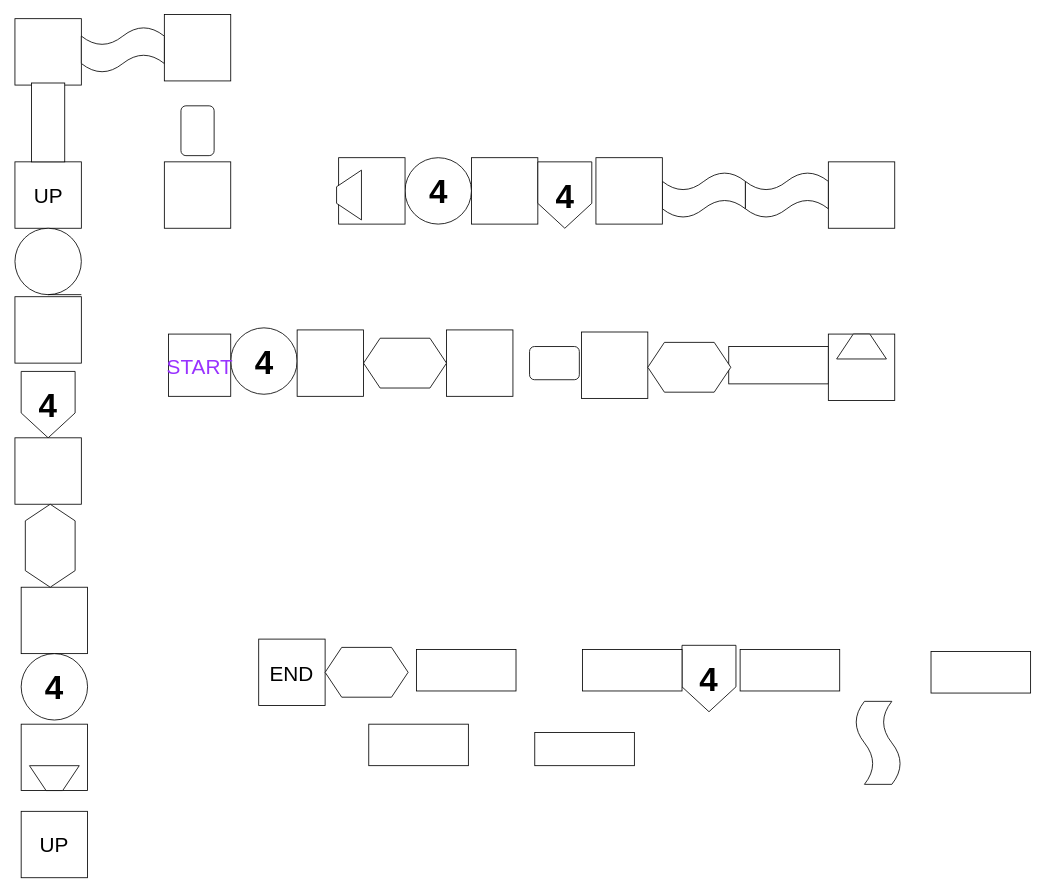
The draw.io diagram Level Design/Level_4.drawio in CrystalxBlade/Sky-Ball, before the edit. Source tidied: cells renumbered, new cells numbered last; positions are measured from the earlier drawing's top-left corner, leaving out a move shared by most shapes. Both pictures are drawn from the tidied source at 83%, with x=0, y=0 at pixel (8, 14).
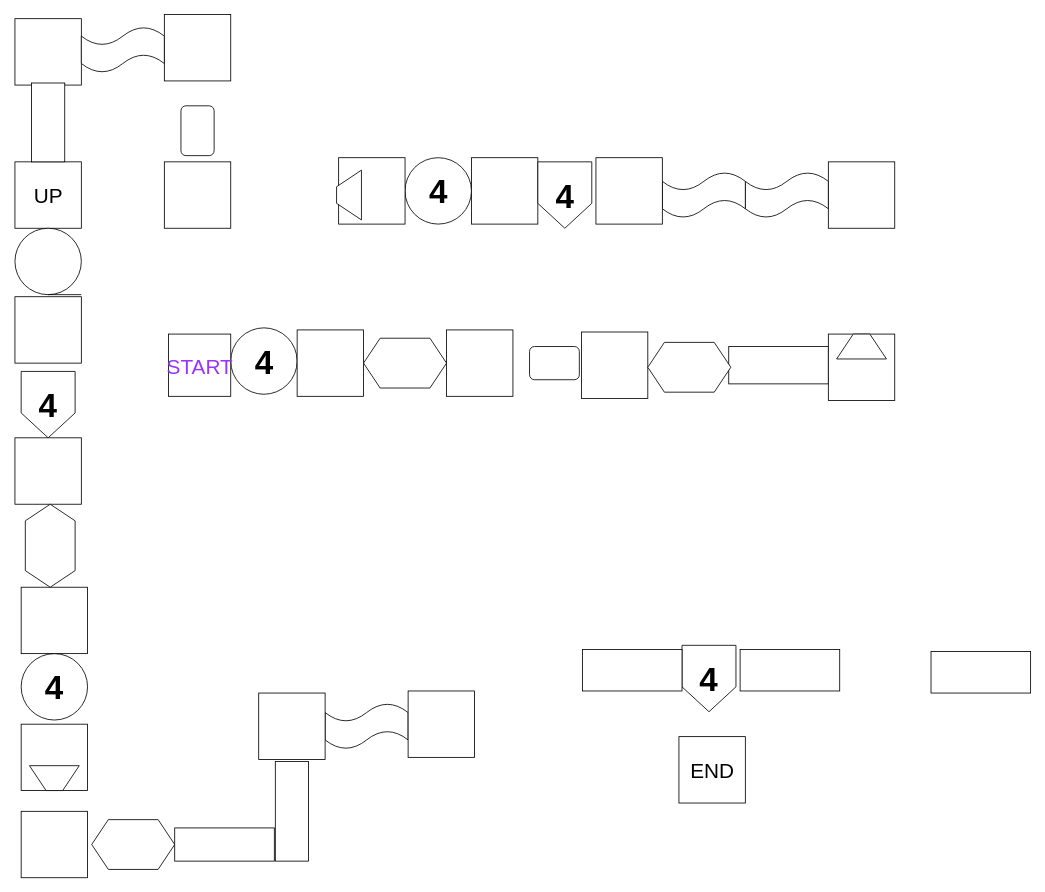
The same diagram, later.

The edit, as a diff of the source:
```diff
@@
-    <mxCell id="17" style="rounded=0;whiteSpace=wrap;html=1;fillColor=light-dark(#FFFFFF,#FFCC99);" parent="1" vertex="1">
-      <mxGeometry x="433.8" y="855" width="120" height="50" as="geometry" />
-    </mxCell>
@@
-    <mxCell id="26" style="rounded=0;whiteSpace=wrap;html=1;fillColor=light-dark(#FFFFFF,#FFCC99);" parent="1" vertex="1">
-      <mxGeometry x="491.2" y="765" width="120" height="50" as="geometry" />
-    </mxCell>
     <mxCell id="27" value="&lt;font style=&quot;font-size: 25px; color: light-dark(rgb(0, 0, 0), rgb(153, 51, 255));&quot;&gt;END&lt;/font&gt;" style="rounded=0;whiteSpace=wrap;html=1;fillColor=light-dark(#FFFFFF,#FFCC99);" parent="1" vertex="1">
-      <mxGeometry x="301.2" y="752.5" width="80" height="80" as="geometry" />
+      <mxGeometry x="807.5" y="870" width="80" height="80" as="geometry" />
     </mxCell>
     <mxCell id="28" style="shape=hexagon;perimeter=hexagonPerimeter2;whiteSpace=wrap;html=1;fixedSize=1;fillColor=light-dark(#FFFFFF,#66FFB3);" parent="1" vertex="1">
-      <mxGeometry x="381.2" y="762.5" width="100" height="60" as="geometry" />
+      <mxGeometry x="100" y="970" width="100" height="60" as="geometry" />
     </mxCell>
-    <mxCell id="29" style="shape=tape;whiteSpace=wrap;html=1;rotation=90;fillColor=light-dark(#FFFFFF,#FF9933);" parent="1" vertex="1">
-      <mxGeometry x="997.5" y="850" width="100" height="55" as="geometry" />
+    <mxCell id="29" style="shape=tape;whiteSpace=wrap;html=1;rotation=0;fillColor=light-dark(#FFFFFF,#FF9933);" parent="1" vertex="1">
+      <mxGeometry x="381.2" y="830" width="100" height="55" as="geometry" />
     </mxCell>
@@
     <mxCell id="37" style="rounded=0;whiteSpace=wrap;html=1;fillColor=light-dark(#FFFFFF,#CCCCCC);rotation=-180;" parent="1" vertex="1">
-      <mxGeometry x="633.8" y="865" width="120" height="40" as="geometry" />
+      <mxGeometry x="200" y="980" width="120" height="40" as="geometry" />
     </mxCell>
@@
-    <mxCell id="48" value="UP" style="whiteSpace=wrap;html=1;fillColor=light-dark(#FFFFFF,#FFCC99);fontSize=25;fontColor=light-dark(#000000,#6666FF);" parent="1" vertex="1">
+    <mxCell id="48" value="&lt;span style=&quot;white-space: pre;&quot;&gt;&#9;&lt;/span&gt;" style="whiteSpace=wrap;html=1;fillColor=light-dark(#FFFFFF,#FFCC99);fontSize=25;fontColor=light-dark(#000000,#6666FF);" parent="1" vertex="1">
       <mxGeometry x="15" y="960" width="80" height="80" as="geometry" />
     </mxCell>
+    <mxCell id="49" style="rounded=0;whiteSpace=wrap;html=1;fillColor=light-dark(#FFFFFF,#CCCCCC);rotation=90;" parent="1" vertex="1">
+      <mxGeometry x="281.2" y="940" width="120" height="40" as="geometry" />
+    </mxCell>
+    <mxCell id="50" value="&lt;span style=&quot;white-space: pre;&quot;&gt;&#9;&lt;/span&gt;" style="whiteSpace=wrap;html=1;fillColor=light-dark(#FFFFFF,#FFCC99);fontSize=25;fontColor=light-dark(#000000,#6666FF);" parent="1" vertex="1">
+      <mxGeometry x="301.2" y="817.5" width="80" height="80" as="geometry" />
+    </mxCell>
+    <mxCell id="51" value="&lt;span style=&quot;white-space: pre;&quot;&gt;&#9;&lt;/span&gt;" style="whiteSpace=wrap;html=1;fillColor=light-dark(#FFFFFF,#FFCC99);fontSize=25;fontColor=light-dark(#000000,#6666FF);" parent="1" vertex="1">
+      <mxGeometry x="481.2" y="815" width="80" height="80" as="geometry" />
+    </mxCell>
```
